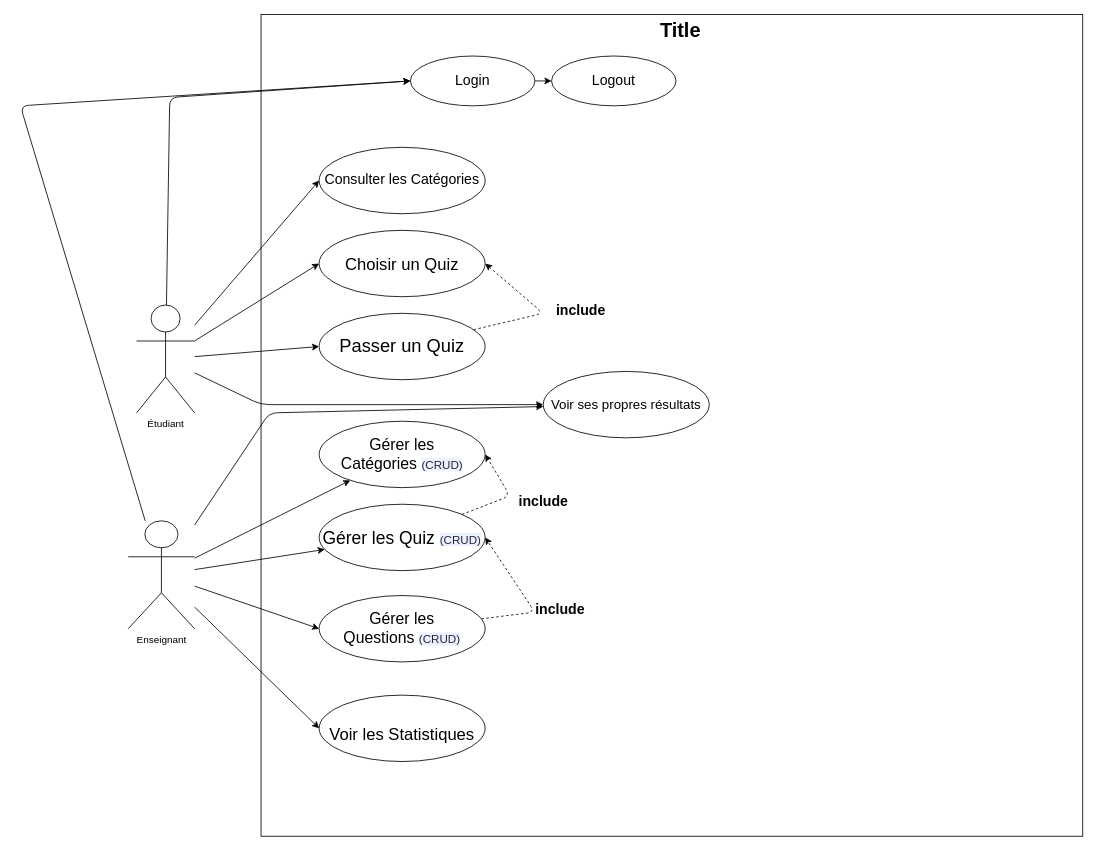
The draw.io diagram use_case.drawio in khalidelyounssi/Mini-Plateforme-de-Quiz-V2, before the edit. Source tidied: cells renumbered, new cells numbered last; positions are measured from the earlier drawing's top-left corner, leaving out a move shared by most shapes. Both pictures are drawn from the tidied source at 83%, with x=0, y=0 at pixel (20, 14).
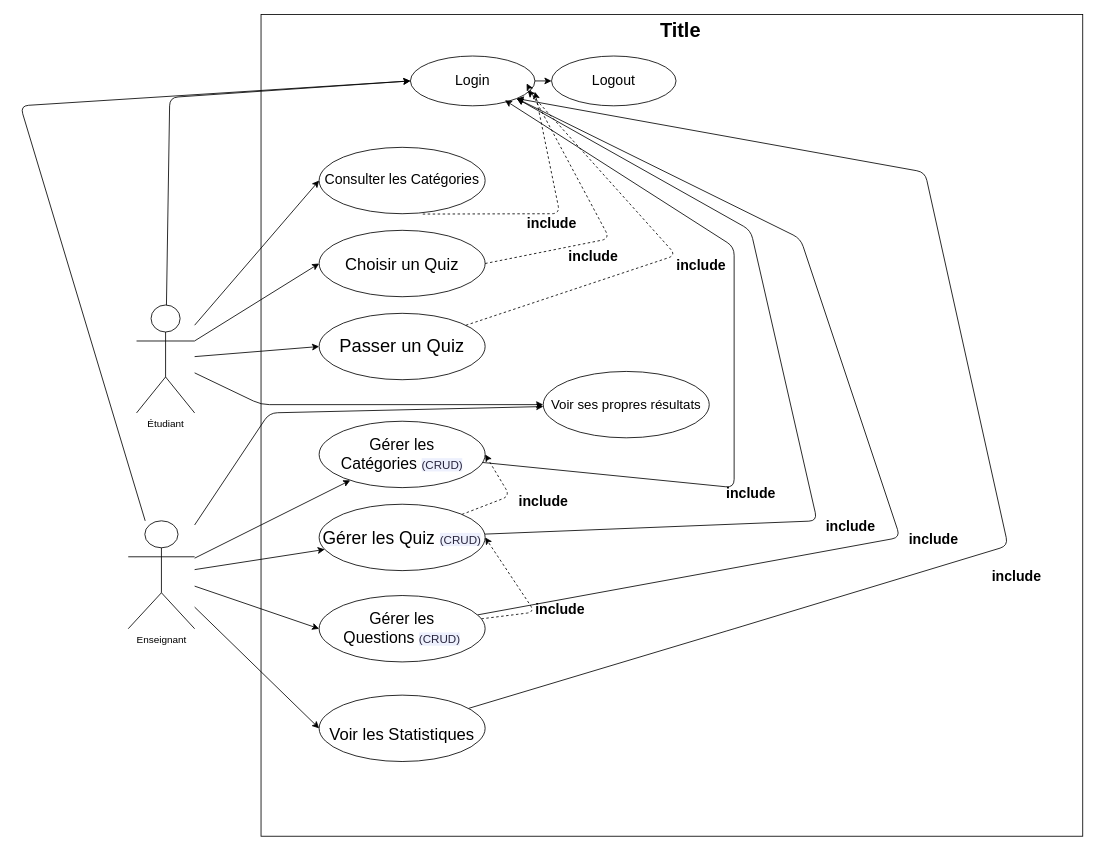
The same page after the edit.

Unchanged cells that the change refers to:
```xml
<mxCell id="15" value="&lt;font style=&quot;font-size: 17px;&quot;&gt;Consulter les Catégories&lt;br&gt;&lt;/font&gt;" style="ellipse;whiteSpace=wrap;html=1;" parent="1" vertex="1">
  <mxGeometry x="360" y="160" width="200" height="80" as="geometry" />
</mxCell>
<mxCell id="16" value="&lt;font style=&quot;font-size: 20px;&quot;&gt;Choisir un Quiz&lt;br&gt;&lt;/font&gt;" style="ellipse;whiteSpace=wrap;html=1;" parent="1" vertex="1">
  <mxGeometry x="360" y="260" width="200" height="80" as="geometry" />
</mxCell>
<mxCell id="18" value="&lt;font style=&quot;font-size: 22px;&quot;&gt;Passer un Quiz&lt;/font&gt;" style="ellipse;whiteSpace=wrap;html=1;" parent="1" vertex="1">
  <mxGeometry x="360" y="360" width="200" height="80" as="geometry" />
</mxCell>
<mxCell id="20" value="&lt;font style=&quot;font-size: 19px;&quot;&gt;Gérer les Catégories&amp;nbsp;&lt;/font&gt;&lt;span style=&quot;color: rgb(40, 37, 61); font-family: &amp;quot;Recursive Variable&amp;quot;, arial, sans-serif; font-size: 14px; text-wrap-mode: nowrap; background-color: rgb(237, 240, 253);&quot;&gt;(CRUD)&lt;/span&gt;" style="ellipse;whiteSpace=wrap;html=1;" parent="1" vertex="1">
  <mxGeometry x="360" y="490" width="200" height="80" as="geometry" />
</mxCell>
<mxCell id="22" value="&lt;font style=&quot;font-size: 21px;&quot;&gt;Gérer les Quiz&amp;nbsp;&lt;/font&gt;&lt;span style=&quot;color: rgb(40, 37, 61); font-family: &amp;quot;Recursive Variable&amp;quot;, arial, sans-serif; font-size: 14px; text-wrap-mode: nowrap; background-color: rgb(237, 240, 253);&quot;&gt;(CRUD)&lt;/span&gt;" style="ellipse;whiteSpace=wrap;html=1;" parent="1" vertex="1">
  <mxGeometry x="360" y="590" width="200" height="80" as="geometry" />
</mxCell>
<mxCell id="24" value="&lt;font style=&quot;font-size: 19px;&quot;&gt;Gérer les Questions&amp;nbsp;&lt;/font&gt;&lt;span style=&quot;color: rgb(40, 37, 61); font-family: &amp;quot;Recursive Variable&amp;quot;, arial, sans-serif; font-size: 14px; text-wrap-mode: nowrap; background-color: rgb(237, 240, 253);&quot;&gt;(CRUD)&lt;/span&gt;" style="ellipse;whiteSpace=wrap;html=1;" parent="1" vertex="1">
  <mxGeometry x="360" y="700" width="200" height="80" as="geometry" />
</mxCell>
<mxCell id="25" value="&lt;br&gt;&lt;font style=&quot;font-size: 20px;&quot;&gt;Voir les Statistiques&lt;br&gt;&lt;/font&gt;" style="ellipse;whiteSpace=wrap;html=1;" parent="1" vertex="1">
  <mxGeometry x="360" y="820" width="200" height="80" as="geometry" />
</mxCell>
<mxCell id="28" value="&lt;font style=&quot;font-size: 17px;&quot;&gt;Login&lt;br&gt;&lt;/font&gt;" style="ellipse;whiteSpace=wrap;html=1;" parent="1" vertex="1">
  <mxGeometry x="470" y="50" width="150" height="60" as="geometry" />
</mxCell>
```

What changed in the source:
```diff
@@
-    <mxCell id="17" style="edgeStyle=none;html=1;entryX=1;entryY=0.5;entryDx=0;entryDy=0;dashed=1;" parent="1" edge="1" source="18" target="16">
-      <mxGeometry relative="1" as="geometry">
-        <Array as="points">
-          <mxPoint x="630" y="360" />
-        </Array>
-      </mxGeometry>
-    </mxCell>
@@
+    <mxCell id="34" style="edgeStyle=none;html=1;entryX=1;entryY=1;entryDx=0;entryDy=0;" parent="1" edge="1" source="22" target="28">
+      <mxGeometry relative="1" as="geometry">
+        <Array as="points">
+          <mxPoint x="960" y="610" />
+          <mxPoint x="880" y="260" />
+        </Array>
+      </mxGeometry>
+    </mxCell>
@@
+    <mxCell id="35" style="edgeStyle=none;html=1;entryX=1;entryY=1;entryDx=0;entryDy=0;" parent="1" edge="1" source="24" target="28">
+      <mxGeometry relative="1" as="geometry">
+        <Array as="points">
+          <mxPoint x="1060" y="630" />
+          <mxPoint x="940" y="270" />
+        </Array>
+      </mxGeometry>
+    </mxCell>
@@
+    <mxCell id="36" style="edgeStyle=none;html=1;entryX=1;entryY=1;entryDx=0;entryDy=0;" parent="1" edge="1" source="25" target="28">
+      <mxGeometry relative="1" as="geometry">
+        <Array as="points">
+          <mxPoint x="860" y="740" />
+          <mxPoint x="1190" y="640" />
+          <mxPoint x="1090" y="190" />
+        </Array>
+      </mxGeometry>
+    </mxCell>
@@
     <mxCell id="30" value="&lt;font style=&quot;font-size: 17px;&quot;&gt;include&lt;/font&gt;" style="text;strokeColor=none;fillColor=none;html=1;fontSize=24;fontStyle=1;verticalAlign=middle;align=center;" parent="1" vertex="1">
-      <mxGeometry x="670" y="350" width="10" height="10" as="geometry" />
+      <mxGeometry x="650" y="280" width="80" height="20" as="geometry" />
     </mxCell>
@@
+    <mxCell id="37" style="edgeStyle=none;html=1;entryX=0.942;entryY=0.687;entryDx=0;entryDy=0;entryPerimeter=0;dashed=1;" parent="1" edge="1" source="18" target="28">
+      <mxGeometry relative="1" as="geometry">
+        <Array as="points">
+          <mxPoint x="790" y="290" />
+        </Array>
+      </mxGeometry>
+    </mxCell>
+    <mxCell id="38" style="edgeStyle=none;html=1;entryX=0.942;entryY=0.687;entryDx=0;entryDy=0;entryPerimeter=0;dashed=1;exitX=1;exitY=0.5;exitDx=0;exitDy=0;" parent="1" edge="1" source="16">
+      <mxGeometry relative="1" as="geometry">
+        <mxPoint x="610" y="83" as="targetPoint" />
+        <Array as="points">
+          <mxPoint x="710" y="270" />
+        </Array>
+      </mxGeometry>
+    </mxCell>
+    <mxCell id="39" style="edgeStyle=none;html=1;entryX=0.942;entryY=0.687;entryDx=0;entryDy=0;entryPerimeter=0;dashed=1;exitX=0.624;exitY=1.005;exitDx=0;exitDy=0;exitPerimeter=0;" parent="1" edge="1" source="15">
+      <mxGeometry relative="1" as="geometry">
+        <mxPoint x="620" y="93" as="targetPoint" />
+        <Array as="points">
+          <mxPoint x="650" y="240" />
+        </Array>
+      </mxGeometry>
+    </mxCell>
+    <mxCell id="40" value="&lt;font style=&quot;font-size: 17px;&quot;&gt;include&lt;/font&gt;" style="text;strokeColor=none;fillColor=none;html=1;fontSize=24;fontStyle=1;verticalAlign=middle;align=center;" parent="1" vertex="1">
+      <mxGeometry x="600" y="240" width="80" height="20" as="geometry" />
+    </mxCell>
+    <mxCell id="41" value="&lt;font style=&quot;font-size: 17px;&quot;&gt;include&lt;/font&gt;" style="text;strokeColor=none;fillColor=none;html=1;fontSize=24;fontStyle=1;verticalAlign=middle;align=center;" parent="1" vertex="1">
+      <mxGeometry x="780" y="290" width="80" height="20" as="geometry" />
+    </mxCell>
+    <mxCell id="42" style="edgeStyle=none;html=1;entryX=0.759;entryY=0.888;entryDx=0;entryDy=0;entryPerimeter=0;" parent="1" edge="1" source="20" target="28">
+      <mxGeometry relative="1" as="geometry">
+        <Array as="points">
+          <mxPoint x="860" y="570" />
+          <mxPoint x="860" y="280" />
+        </Array>
+      </mxGeometry>
+    </mxCell>
+    <mxCell id="43" value="&lt;font style=&quot;font-size: 17px;&quot;&gt;include&lt;/font&gt;" style="text;strokeColor=none;fillColor=none;html=1;fontSize=24;fontStyle=1;verticalAlign=middle;align=center;" parent="1" vertex="1">
+      <mxGeometry x="1060" y="625" width="80" height="10" as="geometry" />
+    </mxCell>
+    <mxCell id="44" value="&lt;font style=&quot;font-size: 17px;&quot;&gt;include&lt;/font&gt;" style="text;strokeColor=none;fillColor=none;html=1;fontSize=24;fontStyle=1;verticalAlign=middle;align=center;" parent="1" vertex="1">
+      <mxGeometry x="960" y="610" width="80" height="10" as="geometry" />
+    </mxCell>
+    <mxCell id="45" value="&lt;font style=&quot;font-size: 17px;&quot;&gt;include&lt;/font&gt;" style="text;strokeColor=none;fillColor=none;html=1;fontSize=24;fontStyle=1;verticalAlign=middle;align=center;" parent="1" vertex="1">
+      <mxGeometry x="840" y="570" width="80" height="10" as="geometry" />
+    </mxCell>
+    <mxCell id="46" value="&lt;font style=&quot;font-size: 17px;&quot;&gt;include&lt;/font&gt;" style="text;strokeColor=none;fillColor=none;html=1;fontSize=24;fontStyle=1;verticalAlign=middle;align=center;" parent="1" vertex="1">
+      <mxGeometry x="1160" y="670" width="80" height="10" as="geometry" />
+    </mxCell>
```
